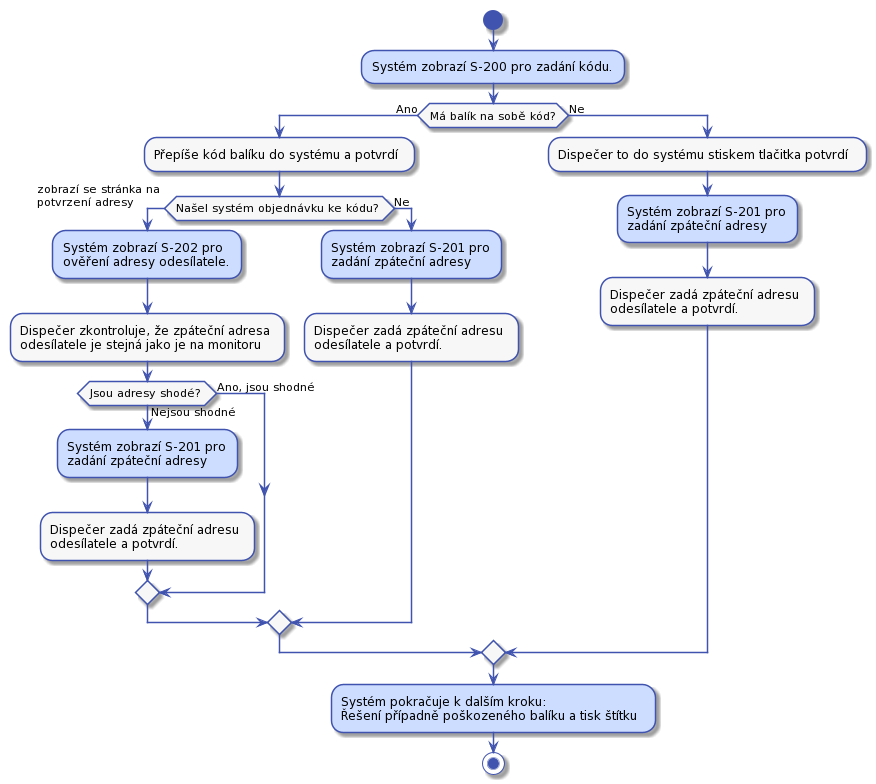
Earlier version of the PlantUML export diagrams/out/uc-21-activity-2.png (Internet-Handel/postman).
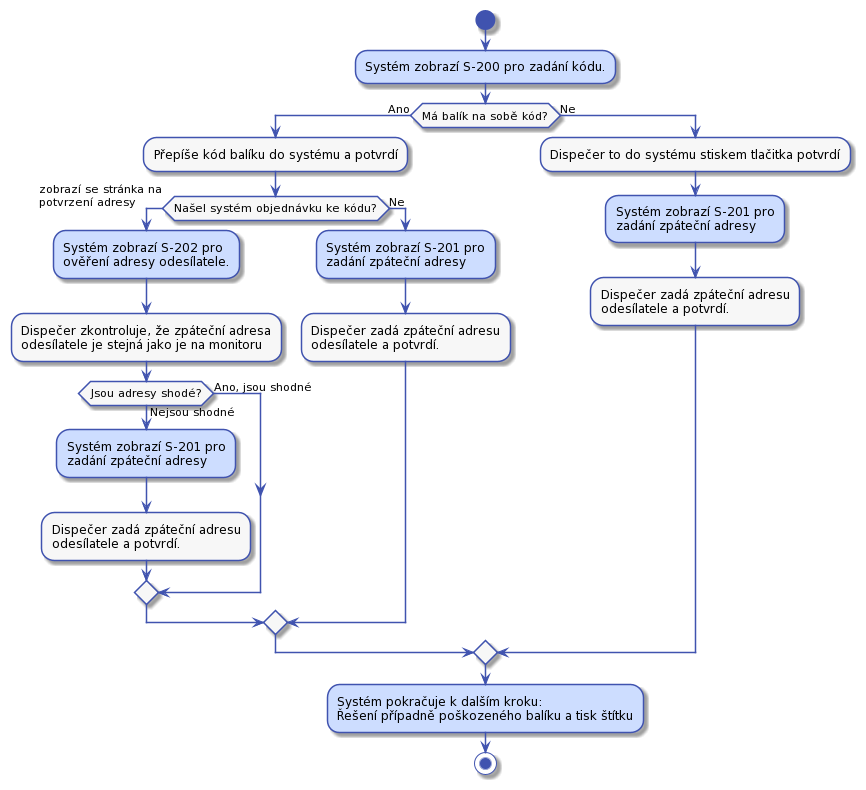
After the commit.

Change to the diagram source:
```diff
@@ -1,96 +1,99 @@
 @startuml
+!$col1 = "#F7F7F7"
 
+!$col2 = "#CDDDFF"
 
+!$col4 = "#4053AF"
 
 skinparam activity {
-    BorderColor #4053AF
-    ArrowColor #4053AF
+    BorderColor $col4
+    ArrowColor $col4
     FontName Roboto
-    BackgroundColor #F7F7F7
-    StartColor #4053AF
-    EndColor #4053AF
+    BackgroundColor $col1
+    StartColor $col4
+    EndColor $col4
 }
 
 skinparam activityDiamond {
-    BorderColor #4053AF
-    ArrowColor #4053AF
+    BorderColor $col4
+    ArrowColor $col4
     FontName Roboto
-    BackgroundColor #F7F7F7
+    BackgroundColor $col1
 }
 
 skinparam actor {
-    BorderColor #4053AF
-    ArrowColor #4053AF
+    BorderColor $col4
+    ArrowColor $col4
     FontName Roboto
-    BackgroundColor #F7F7F7
+    BackgroundColor $col1
 }
 
 skinparam useCase {
-    BorderColor #4053AF
-    ArrowColor #4053AF
+    BorderColor $col4
+    ArrowColor $col4
     FontName Roboto
-    BackgroundColor #F7F7F7
+    BackgroundColor $col1
 }
 
 skinparam state {
-    BorderColor #4053AF
-    ArrowColor #4053AF
+    BorderColor $col4
+    ArrowColor $col4
     FontName Roboto
-    BackgroundColor #F7F7F7
+    BackgroundColor $col1
 }
 
 skinparam sequence {
-    ParticipantBorderColor #4053AF
-    ParticipantBackgroundColor #F7F7F7
+    ParticipantBorderColor $col4
+    ParticipantBackgroundColor $col1
 }
 
 skinparam note {
-    BorderColor #4053AF
-    BackgroundColor #F7F7F7
+    BorderColor $col4
+    BackgroundColor $col1
 }
 
 skinparam object {
-    BorderColor #4053AF
-    BackgroundColor #F7F7F7
+    BorderColor $col4
+    BackgroundColor $col1
 }
 
 skinparam class {
-    BorderColor #4053AF
-    BackgroundColor #F7F7F7
+    BorderColor $col4
+    BackgroundColor $col1
 }
 
 
 start
-#CDDDFF:Systém zobrazí S-200 pro zadání kódu.;
+$col2:Systém zobrazí S-200 pro zadání kódu.;
 if (Má balík na sobě kód?) then (Ano)
     :Přepíše kód balíku do systému a potvrdí;
     if (Našel systém objednávku ke kódu?) then (Ano)
         -> zobrazí se stránka na\npotvrzení adresy;
-        #CDDDFF:Systém zobrazí S-202 pro
+        $col2:Systém zobrazí S-202 pro
         ověření adresy odesílatele.;
         :Dispečer zkontroluje, že zpáteční adresa
         odesílatele je stejná jako je na monitoru;
         if (Jsou adresy shodé?) then (Ano, jsou shodné)
         else (Nejsou shodné)
-            #CDDDFF:Systém zobrazí S-201 pro
+            $col2:Systém zobrazí S-201 pro
             zadání zpáteční adresy ;
             :Dispečer zadá zpáteční adresu
             odesílatele a potvrdí.;
         endif
     else (Ne)
-        #CDDDFF:Systém zobrazí S-201 pro
+        $col2:Systém zobrazí S-201 pro
         zadání zpáteční adresy ;
         :Dispečer zadá zpáteční adresu
         odesílatele a potvrdí.;
     endif
 else (Ne)
     :Dispečer to do systému stiskem tlačitka potvrdí;
-    #CDDDFF:Systém zobrazí S-201 pro
+    $col2:Systém zobrazí S-201 pro
     zadání zpáteční adresy ;
     :Dispečer zadá zpáteční adresu
     odesílatele a potvrdí.;
 endif
-#CDDDFF:Systém pokračuje k dalším kroku:
+$col2:Systém pokračuje k dalším kroku:
 Řešení případně poškozeného balíku a tisk štítku;
 stop
 @enduml
```
